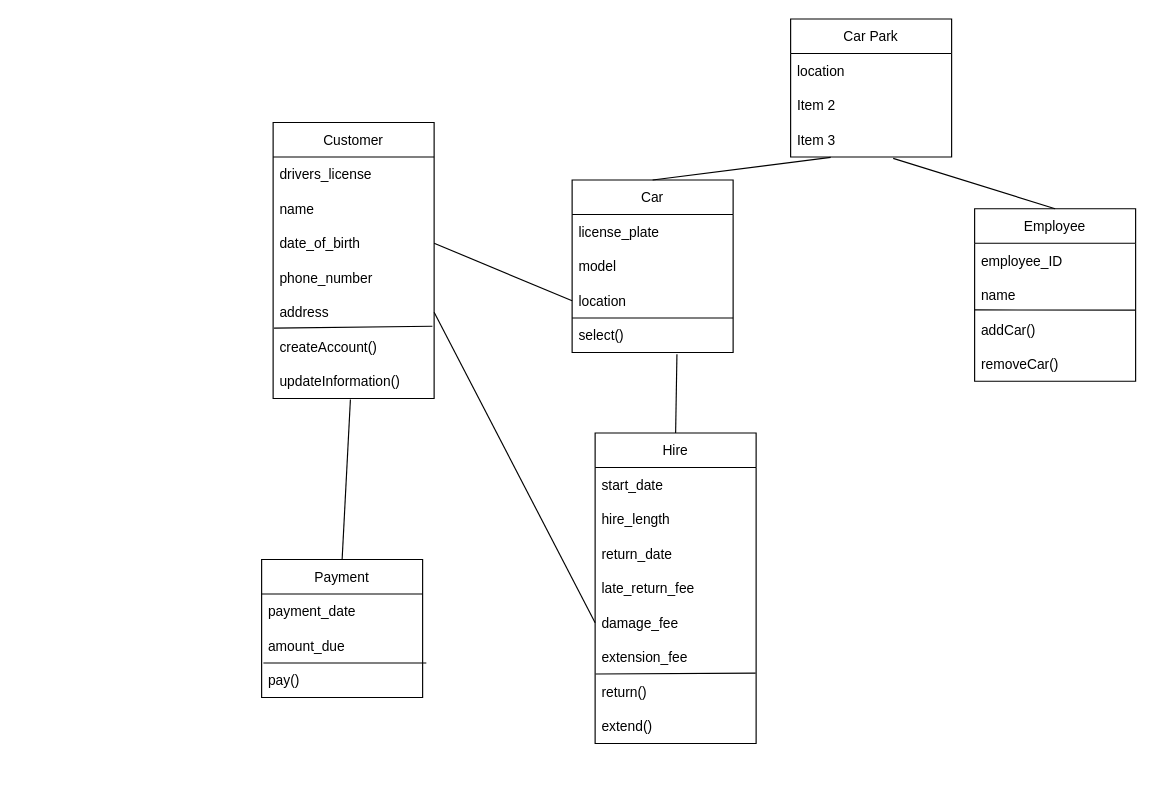
This is Project_Report_Materials/diagram_DetailedClass.drawio from agjang/CraZyCarZz, a draw.io file, before an edit. Source tidied: cells renumbered, new cells numbered last; positions are measured from the earlier drawing's top-left corner, leaving out a move shared by most shapes. Both pictures are drawn from the tidied source at 115%, with x=0, y=0 at pixel (261, 18).
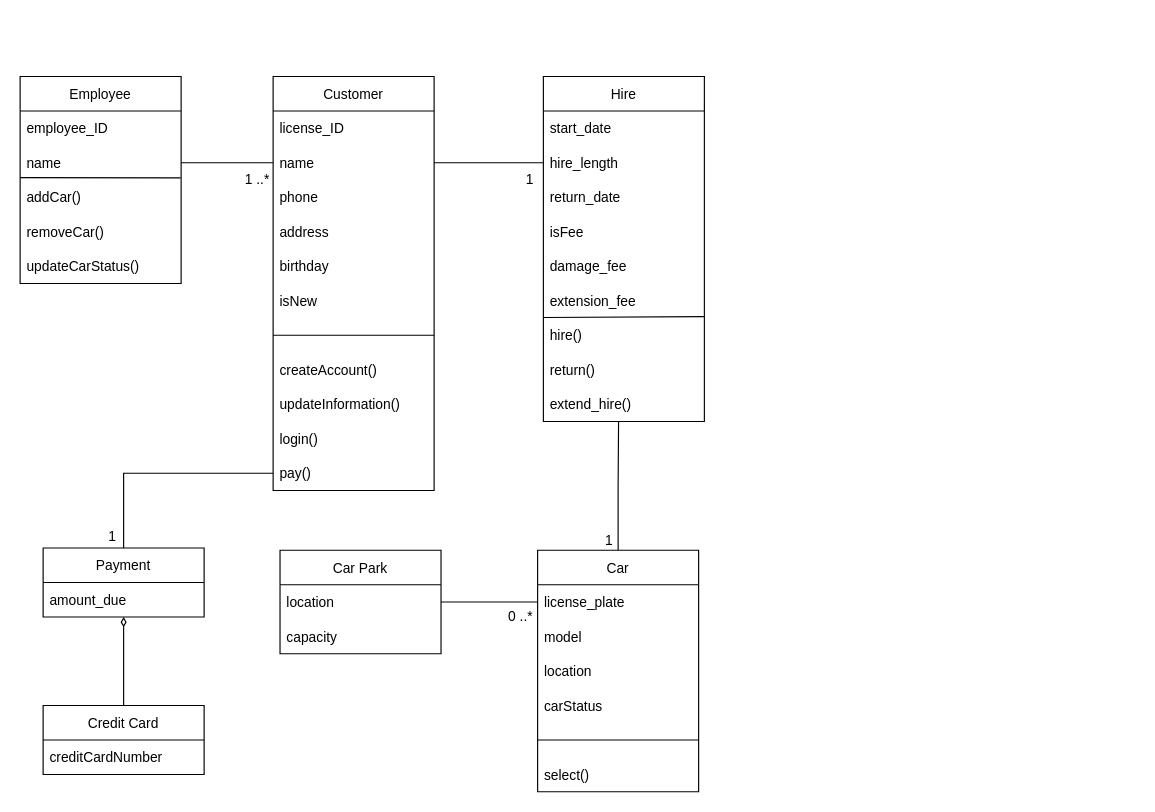
After the change.

The change refers to these unchanged cells:
```xml
<mxCell id="4" value="name" style="text;strokeColor=none;fillColor=none;align=left;verticalAlign=middle;spacingLeft=4;spacingRight=4;overflow=hidden;points=[[0,0.5],[1,0.5]];portConstraint=eastwest;" parent="2" vertex="1">
  <mxGeometry y="60" width="140" height="30" as="geometry" />
</mxCell>
<mxCell id="13" value="hire_length" style="text;strokeColor=none;fillColor=none;align=left;verticalAlign=middle;spacingLeft=4;spacingRight=4;overflow=hidden;points=[[0,0.5],[1,0.5]];portConstraint=eastwest;" parent="11" vertex="1">
  <mxGeometry y="60" width="140" height="30" as="geometry" />
</mxCell>
<mxCell id="16" value="damage_fee" style="text;strokeColor=none;fillColor=none;align=left;verticalAlign=middle;spacingLeft=4;spacingRight=4;overflow=hidden;points=[[0,0.5],[1,0.5]];portConstraint=eastwest;" parent="11" vertex="1">
  <mxGeometry y="150" width="140" height="30" as="geometry" />
</mxCell>
<mxCell id="22" value="license_plate" style="text;strokeColor=none;fillColor=none;align=left;verticalAlign=middle;spacingLeft=4;spacingRight=4;overflow=hidden;points=[[0,0.5],[1,0.5]];portConstraint=eastwest;" parent="21" vertex="1">
  <mxGeometry y="30" width="140" height="30" as="geometry" />
</mxCell>
<mxCell id="24" value="location" style="text;strokeColor=none;fillColor=none;align=left;verticalAlign=middle;spacingLeft=4;spacingRight=4;overflow=hidden;points=[[0,0.5],[1,0.5]];portConstraint=eastwest;" parent="21" vertex="1">
  <mxGeometry y="90" width="140" height="30" as="geometry" />
</mxCell>
<mxCell id="36" value="location" style="text;strokeColor=none;fillColor=none;align=left;verticalAlign=middle;spacingLeft=4;spacingRight=4;overflow=hidden;points=[[0,0.5],[1,0.5]];portConstraint=eastwest;" parent="35" vertex="1">
  <mxGeometry y="30" width="140" height="30" as="geometry" />
</mxCell>
<mxCell id="41" value="name" style="text;strokeColor=none;fillColor=none;align=left;verticalAlign=middle;spacingLeft=4;spacingRight=4;overflow=hidden;points=[[0,0.5],[1,0.5]];portConstraint=eastwest;" parent="39" vertex="1">
  <mxGeometry y="60" width="140" height="30" as="geometry" />
</mxCell>
```

The edit, as a diff of the source:
```diff
@@
     <mxCell id="2" value="Customer" style="swimlane;fontStyle=0;horizontal=1;startSize=30;" parent="1" vertex="1">
-      <mxGeometry x="10" y="90" width="140" height="240" as="geometry" />
+      <mxGeometry x="10" y="50" width="140" height="360" as="geometry" />
     </mxCell>
-    <mxCell id="3" value="drivers_license" style="text;strokeColor=none;fillColor=none;align=left;verticalAlign=middle;spacingLeft=4;spacingRight=4;overflow=hidden;" parent="2" vertex="1">
+    <mxCell id="3" value="license_ID" style="text;strokeColor=none;fillColor=none;align=left;verticalAlign=middle;spacingLeft=4;spacingRight=4;overflow=hidden;" parent="2" vertex="1">
       <mxGeometry y="30" width="140" height="30" as="geometry" />
     </mxCell>
@@
-    <mxCell id="5" value="date_of_birth" style="text;strokeColor=none;fillColor=none;align=left;verticalAlign=middle;spacingLeft=4;spacingRight=4;overflow=hidden;points=[[0,0.5],[1,0.5]];portConstraint=eastwest;" parent="2" vertex="1">
+    <mxCell id="5" value="phone    " style="text;strokeColor=none;fillColor=none;align=left;verticalAlign=middle;spacingLeft=4;spacingRight=4;overflow=hidden;points=[[0,0.5],[1,0.5]];portConstraint=eastwest;" parent="2" vertex="1">
       <mxGeometry y="90" width="140" height="30" as="geometry" />
     </mxCell>
-    <mxCell id="6" value="phone_number" style="text;strokeColor=none;fillColor=none;align=left;verticalAlign=middle;spacingLeft=4;spacingRight=4;overflow=hidden;" parent="2" vertex="1">
+    <mxCell id="6" value="address" style="text;strokeColor=none;fillColor=none;align=left;verticalAlign=middle;spacingLeft=4;spacingRight=4;overflow=hidden;" parent="2" vertex="1">
       <mxGeometry y="120" width="140" height="30" as="geometry" />
     </mxCell>
-    <mxCell id="7" value="address" style="text;strokeColor=none;fillColor=none;align=left;verticalAlign=middle;spacingLeft=4;spacingRight=4;overflow=hidden;points=[[0,0.5],[1,0.5]];portConstraint=eastwest;" parent="2" vertex="1">
+    <mxCell id="7" value="birthday" style="text;strokeColor=none;fillColor=none;align=left;verticalAlign=middle;spacingLeft=4;spacingRight=4;overflow=hidden;points=[[0,0.5],[1,0.5]];portConstraint=eastwest;" parent="2" vertex="1">
       <mxGeometry y="150" width="140" height="30" as="geometry" />
     </mxCell>
+    <mxCell id="48" value="isNew" style="text;strokeColor=none;fillColor=none;align=left;verticalAlign=middle;spacingLeft=4;spacingRight=4;overflow=hidden;" parent="2" vertex="1">
+      <mxGeometry y="180" width="140" height="30" as="geometry" />
+    </mxCell>
+    <mxCell id="49" style="endArrow=none;html=1;rounded=0;entryX=1;entryY=0.5;entryDx=0;entryDy=0;exitX=0;exitY=0.5;exitDx=0;exitDy=0;" parent="2" edge="1" source="50" target="50">
+      <mxGeometry relative="1" as="geometry" />
+    </mxCell>
+    <mxCell id="50" style="text;strokeColor=none;fillColor=none;align=left;verticalAlign=middle;spacingLeft=4;spacingRight=4;overflow=hidden;points=[[0,0.5],[1,0.5]];portConstraint=eastwest;" parent="2" vertex="1">
+      <mxGeometry y="210" width="140" height="30" as="geometry" />
+    </mxCell>
     <mxCell id="8" value="createAccount()" style="text;strokeColor=none;fillColor=none;align=left;verticalAlign=middle;spacingLeft=4;spacingRight=4;overflow=hidden;" parent="2" vertex="1">
-      <mxGeometry y="180" width="140" height="30" as="geometry" />
+      <mxGeometry y="240" width="140" height="30" as="geometry" />
     </mxCell>
     <mxCell id="9" value="updateInformation()" style="text;strokeColor=none;fillColor=none;align=left;verticalAlign=middle;spacingLeft=4;spacingRight=4;overflow=hidden;points=[[0,0.5],[1,0.5]];portConstraint=eastwest;" parent="2" vertex="1">
-      <mxGeometry y="210" width="140" height="30" as="geometry" />
+      <mxGeometry y="270" width="140" height="30" as="geometry" />
     </mxCell>
-    <mxCell id="10" style="endArrow=none;html=1;rounded=0;entryX=0.989;entryY=-0.093;entryDx=0;entryDy=0;entryPerimeter=0;exitX=0.006;exitY=-0.04;exitDx=0;exitDy=0;exitPerimeter=0;" parent="2" edge="1">
-      <mxGeometry relative="1" as="geometry">
-        <mxPoint x="0.8" y="178.8" as="sourcePoint" />
-        <mxPoint x="138.5" y="177.2" as="targetPoint" />
-      </mxGeometry>
-    </mxCell>
+    <mxCell id="51" value="login()" style="text;strokeColor=none;fillColor=none;align=left;verticalAlign=middle;spacingLeft=4;spacingRight=4;overflow=hidden;" parent="2" vertex="1">
+      <mxGeometry y="300" width="140" height="30" as="geometry" />
+    </mxCell>
+    <mxCell id="30" value="pay()" style="text;strokeColor=none;fillColor=none;align=left;verticalAlign=middle;spacingLeft=4;spacingRight=4;overflow=hidden;points=[[0,0.5],[1,0.5]];portConstraint=eastwest;" parent="2" vertex="1">
+      <mxGeometry y="330" width="140" height="30" as="geometry" />
+    </mxCell>
     <mxCell id="11" value="Hire" style="swimlane;fontStyle=0;horizontal=1;startSize=30;" parent="1" vertex="1">
-      <mxGeometry x="290" y="360" width="140" height="270" as="geometry" />
+      <mxGeometry x="245" y="50" width="140" height="300" as="geometry" />
     </mxCell>
@@
-    <mxCell id="15" value="late_return_fee" style="text;strokeColor=none;fillColor=none;align=left;verticalAlign=middle;spacingLeft=4;spacingRight=4;overflow=hidden;" parent="11" vertex="1">
+    <mxCell id="15" value="isFee" style="text;strokeColor=none;fillColor=none;align=left;verticalAlign=middle;spacingLeft=4;spacingRight=4;overflow=hidden;" parent="11" vertex="1">
       <mxGeometry y="120" width="140" height="30" as="geometry" />
     </mxCell>
@@
-    <mxCell id="18" value="return()" style="text;strokeColor=none;fillColor=none;align=left;verticalAlign=middle;spacingLeft=4;spacingRight=4;overflow=hidden;points=[[0,0.5],[1,0.5]];portConstraint=eastwest;" parent="11" vertex="1">
+    <mxCell id="18" value="hire()" style="text;strokeColor=none;fillColor=none;align=left;verticalAlign=middle;spacingLeft=4;spacingRight=4;overflow=hidden;points=[[0,0.5],[1,0.5]];portConstraint=eastwest;" parent="11" vertex="1">
       <mxGeometry y="210" width="140" height="30" as="geometry" />
     </mxCell>
-    <mxCell id="19" value="extend()" style="text;strokeColor=none;fillColor=none;align=left;verticalAlign=middle;spacingLeft=4;spacingRight=4;overflow=hidden;" parent="11" vertex="1">
+    <mxCell id="19" value="return()" style="text;strokeColor=none;fillColor=none;align=left;verticalAlign=middle;spacingLeft=4;spacingRight=4;overflow=hidden;" parent="11" vertex="1">
       <mxGeometry y="240" width="140" height="30" as="geometry" />
     </mxCell>
+    <mxCell id="52" value="extend_hire()" style="text;strokeColor=none;fillColor=none;align=left;verticalAlign=middle;spacingLeft=4;spacingRight=4;overflow=hidden;points=[[0,0.5],[1,0.5]];portConstraint=eastwest;" parent="11" vertex="1">
+      <mxGeometry y="270" width="140" height="30" as="geometry" />
+    </mxCell>
@@
+    <mxCell id="53" style="edgeStyle=orthogonalEdgeStyle;rounded=0;jettySize=auto;html=1;exitX=0.5;exitY=0;exitDx=0;exitDy=0;entryX=0.467;entryY=0.993;entryDx=0;entryDy=0;entryPerimeter=0;endArrow=none;endFill=0;" parent="1" edge="1" source="21" target="52">
+      <mxGeometry relative="1" as="geometry" />
+    </mxCell>
     <mxCell id="21" value="Car" style="swimlane;fontStyle=0;horizontal=1;startSize=30;" parent="1" vertex="1">
-      <mxGeometry x="270" y="140" width="140" height="150" as="geometry" />
+      <mxGeometry x="240" y="462" width="140" height="210" as="geometry" />
     </mxCell>
@@
+    <mxCell id="54" value="carStatus" style="text;strokeColor=none;fillColor=none;align=left;verticalAlign=middle;spacingLeft=4;spacingRight=4;overflow=hidden;" parent="21" vertex="1">
+      <mxGeometry y="120" width="140" height="30" as="geometry" />
+    </mxCell>
+    <mxCell id="55" style="text;strokeColor=none;fillColor=none;align=left;verticalAlign=middle;spacingLeft=4;spacingRight=4;overflow=hidden;points=[[0,0.5],[1,0.5]];portConstraint=eastwest;" parent="21" vertex="1">
+      <mxGeometry y="150" width="140" height="30" as="geometry" />
+    </mxCell>
     <mxCell id="25" value="select()" style="text;strokeColor=none;fillColor=none;align=left;verticalAlign=middle;spacingLeft=4;spacingRight=4;overflow=hidden;points=[[0,0.5],[1,0.5]];portConstraint=eastwest;" parent="21" vertex="1">
-      <mxGeometry y="120" width="140" height="30" as="geometry" />
+      <mxGeometry y="180" width="140" height="30" as="geometry" />
     </mxCell>
-    <mxCell id="26" style="endArrow=none;html=1;rounded=0;entryX=1;entryY=1;entryDx=0;entryDy=0;entryPerimeter=0;" parent="21" edge="1" target="24">
-      <mxGeometry relative="1" as="geometry">
-        <mxPoint y="120" as="sourcePoint" />
-      </mxGeometry>
+    <mxCell id="26" style="endArrow=none;html=1;rounded=0;exitX=0;exitY=0.5;exitDx=0;exitDy=0;entryX=1;entryY=0.5;entryDx=0;entryDy=0;" parent="21" edge="1" source="55" target="55">
+      <mxGeometry relative="1" as="geometry" />
     </mxCell>
+    <mxCell id="56" style="edgeStyle=orthogonalEdgeStyle;rounded=0;jettySize=auto;html=1;exitX=0.5;exitY=0;exitDx=0;exitDy=0;entryX=0;entryY=0.5;entryDx=0;entryDy=0;endArrow=none;endFill=0;" parent="1" edge="1" source="27" target="30">
+      <mxGeometry relative="1" as="geometry" />
+    </mxCell>
     <mxCell id="27" value="Payment" style="swimlane;fontStyle=0;horizontal=1;startSize=30;" parent="1" vertex="1">
-      <mxGeometry y="470" width="140" height="120" as="geometry" />
+      <mxGeometry x="-190" y="460" width="140" height="60" as="geometry" />
     </mxCell>
-    <mxCell id="28" value="payment_date" style="text;strokeColor=none;fillColor=none;align=left;verticalAlign=middle;spacingLeft=4;spacingRight=4;overflow=hidden;" parent="27" vertex="1">
-      <mxGeometry y="30" width="140" height="30" as="geometry" />
-    </mxCell>
     <mxCell id="29" value="amount_due" style="text;strokeColor=none;fillColor=none;align=left;verticalAlign=middle;spacingLeft=4;spacingRight=4;overflow=hidden;points=[[0,0.5],[1,0.5]];portConstraint=eastwest;" parent="27" vertex="1">
-      <mxGeometry y="60" width="140" height="30" as="geometry" />
+      <mxGeometry y="30" width="140" height="30" as="geometry" />
     </mxCell>
-    <mxCell id="30" value="pay()" style="text;strokeColor=none;fillColor=none;align=left;verticalAlign=middle;spacingLeft=4;spacingRight=4;overflow=hidden;points=[[0,0.5],[1,0.5]];portConstraint=eastwest;" parent="27" vertex="1">
-      <mxGeometry y="90" width="140" height="30" as="geometry" />
-    </mxCell>
-    <mxCell id="31" style="endArrow=none;html=1;rounded=0;exitX=0.011;exitY=0;exitDx=0;exitDy=0;exitPerimeter=0;entryX=1.023;entryY=0;entryDx=0;entryDy=0;entryPerimeter=0;" parent="27" edge="1" source="30" target="30">
-      <mxGeometry relative="1" as="geometry" />
-    </mxCell>
-    <mxCell id="32" style="endArrow=none;html=1;rounded=0;exitX=0.5;exitY=0;exitDx=0;exitDy=0;entryX=0.48;entryY=1.027;entryDx=0;entryDy=0;entryPerimeter=0;" parent="1" edge="1" source="27" target="9">
-      <mxGeometry relative="1" as="geometry" />
-    </mxCell>
-    <mxCell id="33" style="endArrow=none;html=1;rounded=0;entryX=0;entryY=0.5;entryDx=0;entryDy=0;exitX=1;exitY=0.5;exitDx=0;exitDy=0;" parent="1" edge="1" source="5" target="24">
-      <mxGeometry relative="1" as="geometry" />
-    </mxCell>
-    <mxCell id="34" style="endArrow=none;html=1;rounded=0;entryX=0.651;entryY=1.053;entryDx=0;entryDy=0;entryPerimeter=0;exitX=0.5;exitY=0;exitDx=0;exitDy=0;" parent="1" edge="1" source="11" target="25">
-      <mxGeometry relative="1" as="geometry" />
-    </mxCell>
     <mxCell id="35" value="Car Park" style="swimlane;fontStyle=0;horizontal=1;startSize=30;" parent="1" vertex="1">
-      <mxGeometry x="460" width="140" height="120" as="geometry" />
+      <mxGeometry x="16" y="462" width="140" height="90" as="geometry" />
     </mxCell>
@@
-    <mxCell id="37" value="Item 2" style="text;strokeColor=none;fillColor=none;align=left;verticalAlign=middle;spacingLeft=4;spacingRight=4;overflow=hidden;" parent="35" vertex="1">
-      <mxGeometry y="60" width="140" height="30" as="geometry" />
-    </mxCell>
-    <mxCell id="38" value="Item 3" style="text;strokeColor=none;fillColor=none;align=left;verticalAlign=middle;spacingLeft=4;spacingRight=4;overflow=hidden;points=[[0,0.5],[1,0.5]];portConstraint=eastwest;" parent="35" vertex="1">
-      <mxGeometry y="90" width="140" height="30" as="geometry" />
+    <mxCell id="38" value="capacity" style="text;strokeColor=none;fillColor=none;align=left;verticalAlign=middle;spacingLeft=4;spacingRight=4;overflow=hidden;points=[[0,0.5],[1,0.5]];portConstraint=eastwest;" parent="35" vertex="1">
+      <mxGeometry y="60" width="140" height="30" as="geometry" />
     </mxCell>
     <mxCell id="39" value="Employee" style="swimlane;fontStyle=0;horizontal=1;startSize=30;" parent="1" vertex="1">
-      <mxGeometry x="620" y="165" width="140" height="150" as="geometry" />
+      <mxGeometry x="-210" y="50" width="140" height="180" as="geometry" />
     </mxCell>
@@
+    <mxCell id="57" value="updateCarStatus()" style="text;strokeColor=none;fillColor=none;align=left;verticalAlign=middle;spacingLeft=4;spacingRight=4;overflow=hidden;" parent="39" vertex="1">
+      <mxGeometry y="150" width="140" height="30" as="geometry" />
+    </mxCell>
@@
-    <mxCell id="45" style="endArrow=none;html=1;rounded=0;entryX=0.249;entryY=1.013;entryDx=0;entryDy=0;entryPerimeter=0;exitX=0.5;exitY=0;exitDx=0;exitDy=0;" parent="1" edge="1" source="21" target="38">
-      <mxGeometry relative="1" as="geometry" />
-    </mxCell>
-    <mxCell id="46" style="endArrow=none;html=1;rounded=0;exitX=0.5;exitY=0;exitDx=0;exitDy=0;entryX=0.637;entryY=1.04;entryDx=0;entryDy=0;entryPerimeter=0;" parent="1" edge="1" source="39" target="38">
-      <mxGeometry relative="1" as="geometry" />
-    </mxCell>
-    <mxCell id="47" style="endArrow=none;html=1;rounded=0;entryX=1;entryY=0.5;entryDx=0;entryDy=0;exitX=0;exitY=0.5;exitDx=0;exitDy=0;" parent="1" edge="1" source="16" target="7">
-      <mxGeometry relative="1" as="geometry" />
-    </mxCell>
+    <mxCell id="58" style="edgeStyle=orthogonalEdgeStyle;rounded=0;jettySize=auto;html=1;exitX=1;exitY=0.5;exitDx=0;exitDy=0;entryX=0;entryY=0.5;entryDx=0;entryDy=0;endArrow=none;endFill=0;" parent="1" edge="1" source="41" target="4">
+      <mxGeometry relative="1" as="geometry" />
+    </mxCell>
+    <mxCell id="59" value="1 ..*" style="text;html=1;align=center;verticalAlign=middle;strokeColor=none;fillColor=none;" parent="1" vertex="1">
+      <mxGeometry x="-24" y="130" width="40" height="20" as="geometry" />
+    </mxCell>
+    <mxCell id="60" value="1" style="text;html=1;align=center;verticalAlign=middle;strokeColor=none;fillColor=none;" parent="1" vertex="1">
+      <mxGeometry x="223" y="130" width="20" height="20" as="geometry" />
+    </mxCell>
+    <mxCell id="61" style="edgeStyle=orthogonalEdgeStyle;rounded=0;jettySize=auto;html=1;exitX=1;exitY=0.5;exitDx=0;exitDy=0;entryX=0;entryY=0.5;entryDx=0;entryDy=0;endArrow=none;endFill=0;" parent="1" edge="1" source="4" target="13">
+      <mxGeometry relative="1" as="geometry" />
+    </mxCell>
+    <mxCell id="62" value="1" style="text;html=1;align=center;verticalAlign=middle;strokeColor=none;fillColor=none;" parent="1" vertex="1">
+      <mxGeometry x="-140" y="440" width="20" height="20" as="geometry" />
+    </mxCell>
+    <mxCell id="63" value="0 ..*" style="text;html=1;align=center;verticalAlign=middle;strokeColor=none;fillColor=none;" parent="1" vertex="1">
+      <mxGeometry x="205" y="510" width="40" height="20" as="geometry" />
+    </mxCell>
+    <mxCell id="64" style="edgeStyle=orthogonalEdgeStyle;rounded=0;jettySize=auto;html=1;exitX=1;exitY=0.5;exitDx=0;exitDy=0;entryX=0;entryY=0.5;entryDx=0;entryDy=0;endArrow=none;endFill=0;" parent="1" edge="1" source="36" target="22">
+      <mxGeometry relative="1" as="geometry" />
+    </mxCell>
+    <mxCell id="65" value="1" style="text;html=1;align=center;verticalAlign=middle;strokeColor=none;fillColor=none;" parent="1" vertex="1">
+      <mxGeometry x="292" y="444" width="20" height="20" as="geometry" />
+    </mxCell>
+    <mxCell id="66" style="edgeStyle=orthogonalEdgeStyle;rounded=0;jettySize=auto;html=1;exitX=0.5;exitY=0;exitDx=0;exitDy=0;entryX=0.5;entryY=1;entryDx=0;entryDy=0;entryPerimeter=0;endArrow=diamondThin;endFill=0;" parent="1" edge="1" source="67" target="29">
+      <mxGeometry relative="1" as="geometry" />
+    </mxCell>
+    <mxCell id="67" value="Credit Card" style="swimlane;fontStyle=0;horizontal=1;startSize=30;" parent="1" vertex="1">
+      <mxGeometry x="-190" y="597" width="140" height="60" as="geometry" />
+    </mxCell>
+    <mxCell id="68" value="creditCardNumber" style="text;strokeColor=none;fillColor=none;align=left;verticalAlign=middle;spacingLeft=4;spacingRight=4;overflow=hidden;" parent="67" vertex="1">
+      <mxGeometry y="30" width="140" height="30" as="geometry" />
+    </mxCell>
```
